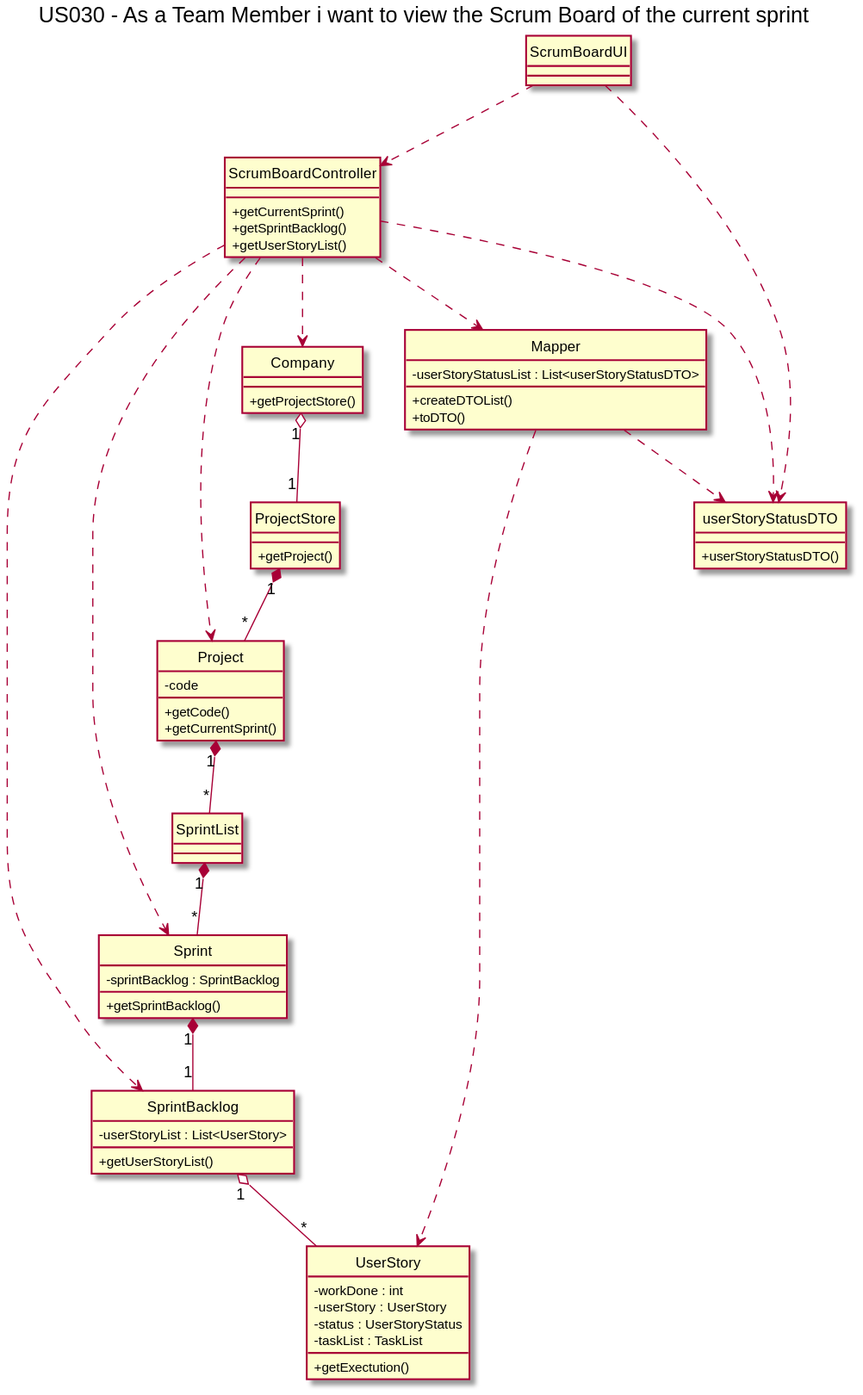
This is docs/Sprint3/US030/US030-CD.svg from nunogon1211787/projectManagement, a PlantUML export, as it was before one commit.
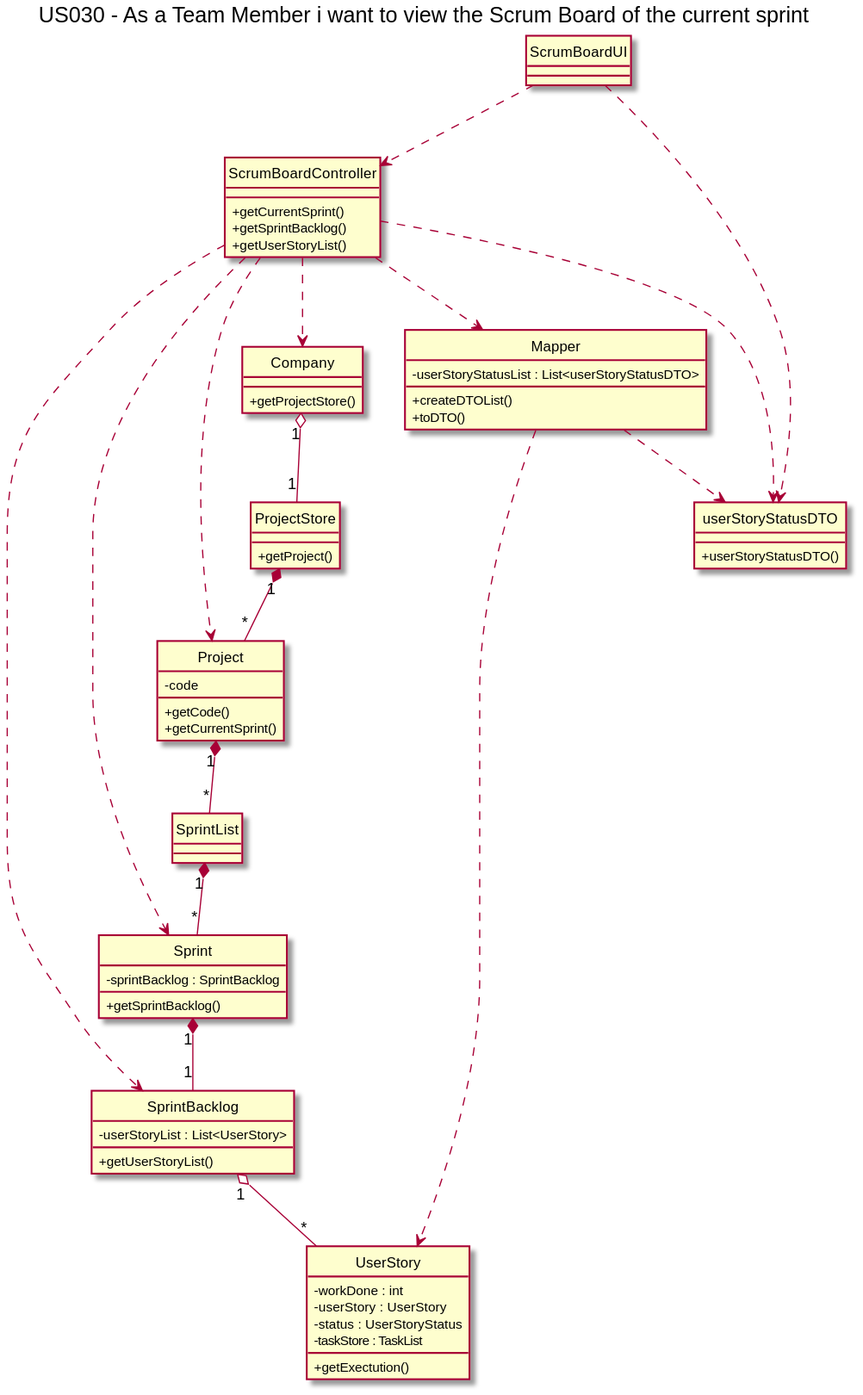
Later version of the same file.

Change to the diagram source:
```diff
@@ -53,7 +53,7 @@
 -workDone : int
 -userStory : UserStory
 -status : UserStoryStatus
--taskList : TaskList
+-taskStore : TaskList
 +getExectution()
 }
 
```
